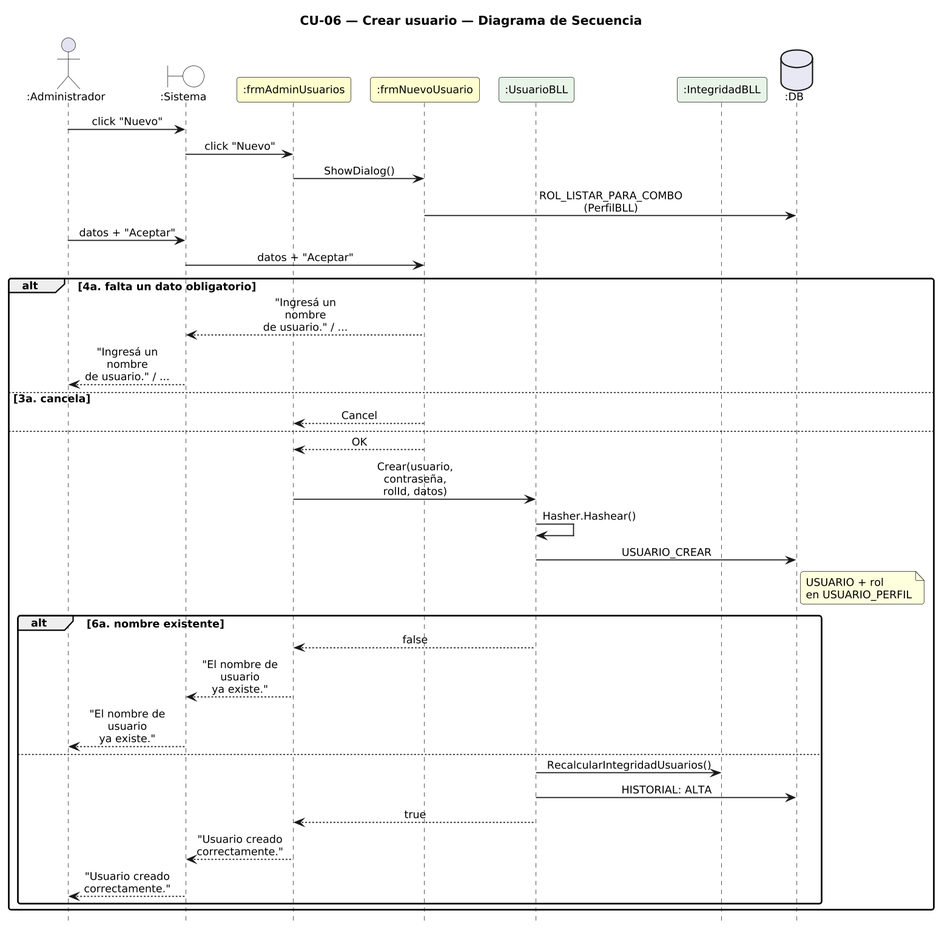
Before: DIAGRAMAS/DiagramaSecuencia_CU06_CrearUsuario.png, a diagram exported from PlantUML (Urrels/ingenieria_software).
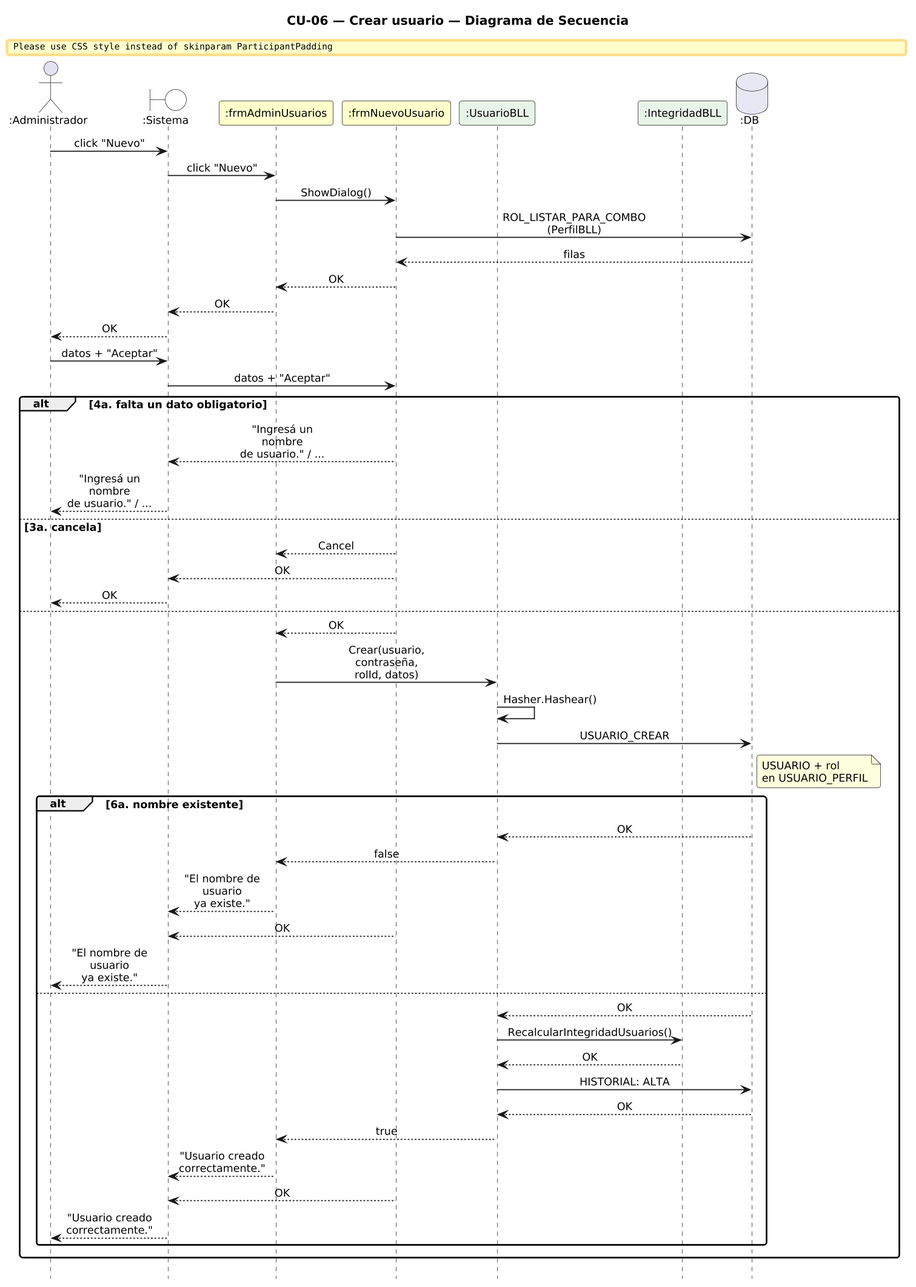
Later version of the same file.

Diff of the diagram source:
```diff
@@ -25,6 +25,10 @@
 SYS -> F : click "Nuevo"
 F -> N : ShowDialog()
 N -> DB : ROL_LISTAR_PARA_COMBO\n(PerfilBLL)
+DB --> N : filas
+N --> F : OK
+F --> SYS : OK
+SYS --> A : OK
 A -> SYS : datos + "Aceptar"
 SYS -> N : datos + "Aceptar"
 alt 4a. falta un dato obligatorio
@@ -32,6 +36,8 @@
   SYS --> A : "Ingresá un nombre\nde usuario." / ...
 else 3a. cancela
   N --> F : Cancel
+  N --> SYS : OK
+  SYS --> A : OK
 else
   N --> F : OK
   F -> B : Crear(usuario, contraseña,\nrolId, datos)
@@ -39,14 +45,20 @@
   B -> DB : USUARIO_CREAR
   note right of DB : USUARIO + rol\nen USUARIO_PERFIL
   alt 6a. nombre existente
+    DB --> B : OK
     B --> F : false
     F --> SYS : "El nombre de usuario\nya existe."
+    N --> SYS : OK
     SYS --> A : "El nombre de usuario\nya existe."
   else
+    DB --> B : OK
     B -> I : RecalcularIntegridadUsuarios()
+    I --> B : OK
     B -> DB : HISTORIAL: ALTA
+    DB --> B : OK
     B --> F : true
     F --> SYS : "Usuario creado\ncorrectamente."
+    N --> SYS : OK
     SYS --> A : "Usuario creado\ncorrectamente."
   end
 end
```
